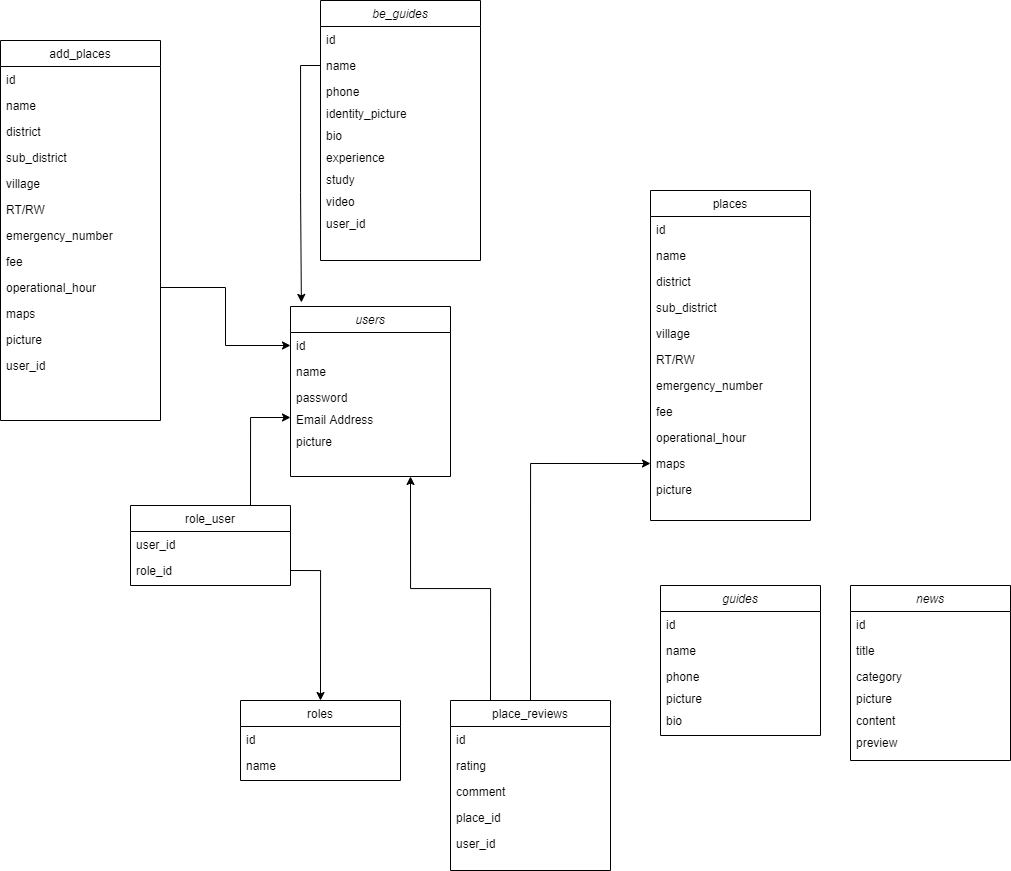
bayuprra/pariwisata-babel keeps this draw.io diagram as uml/classnew.drawio.png. Above is the earlier version. Source tidied: cells renumbered, new cells last; positions are measured from the earlier drawing's top-left corner, leaving out a move shared by most shapes.
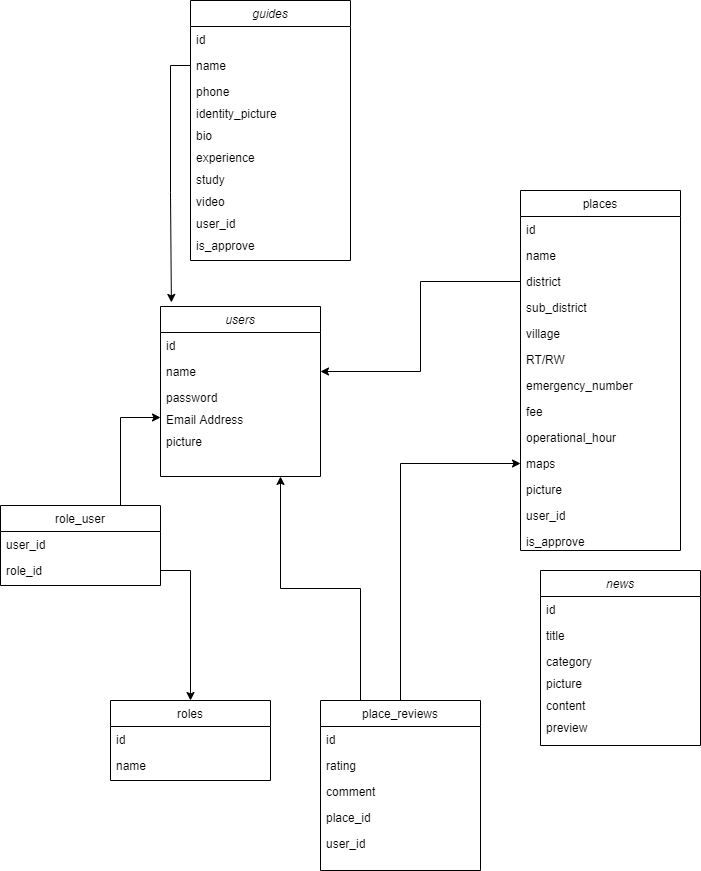
Above is the later version.

Commit message:
class diagram revisi

The edit, as a diff of the source:
```diff
@@ -54,7 +54,7 @@
       <mxGeometry y="130" width="160" height="26" as="geometry" />
     </mxCell>
     <mxCell id="19" value="places" style="swimlane;fontStyle=0;align=center;verticalAlign=top;horizontal=1;startSize=26;rounded=0;shadow=0;strokeWidth=1;" parent="1" vertex="1">
-      <mxGeometry x="650" y="190" width="160" height="330" as="geometry" />
+      <mxGeometry x="650" y="190" width="160" height="360" as="geometry" />
     </mxCell>
     <mxCell id="20" value="id" style="text;align=left;verticalAlign=top;spacingLeft=4;spacingRight=4;overflow=hidden;" parent="19" vertex="1">
       <mxGeometry y="26" width="160" height="26" as="geometry" />
@@ -89,6 +89,12 @@
     <mxCell id="30" value="picture" style="text;align=left;verticalAlign=top;spacingLeft=4;spacingRight=4;overflow=hidden;" parent="19" vertex="1">
       <mxGeometry y="286" width="160" height="26" as="geometry" />
     </mxCell>
+    <mxCell id="61" value="user_id" style="text;align=left;verticalAlign=top;spacingLeft=4;spacingRight=4;overflow=hidden;" parent="19" vertex="1">
+      <mxGeometry y="312" width="160" height="26" as="geometry" />
+    </mxCell>
+    <mxCell id="74" value="is_approve" style="text;align=left;verticalAlign=top;spacingLeft=4;spacingRight=4;overflow=hidden;rounded=0;shadow=0;html=0;" parent="19" vertex="1">
+      <mxGeometry y="338" width="160" height="22" as="geometry" />
+    </mxCell>
     <mxCell id="31" style="edgeStyle=orthogonalEdgeStyle;rounded=0;jettySize=auto;html=1;exitX=0.75;exitY=0;exitDx=0;exitDy=0;entryX=0;entryY=0.5;entryDx=0;entryDy=0;" parent="1" edge="1" source="32" target="6">
       <mxGeometry relative="1" as="geometry" />
     </mxCell>
@@ -102,7 +108,7 @@
       <mxGeometry y="52" width="160" height="26" as="geometry" />
     </mxCell>
     <mxCell id="35" value="news" style="swimlane;fontStyle=2;align=center;verticalAlign=top;horizontal=1;startSize=26;rounded=0;shadow=0;strokeWidth=1;" parent="1" vertex="1">
-      <mxGeometry x="850" y="585" width="160" height="175" as="geometry" />
+      <mxGeometry x="670" y="570" width="160" height="175" as="geometry" />
     </mxCell>
     <mxCell id="36" value="id" style="text;align=left;verticalAlign=top;spacingLeft=4;spacingRight=4;overflow=hidden;" parent="35" vertex="1">
       <mxGeometry y="26" width="160" height="26" as="geometry" />
@@ -122,67 +128,10 @@
     <mxCell id="41" value="preview" style="text;align=left;verticalAlign=top;spacingLeft=4;spacingRight=4;overflow=hidden;rounded=0;shadow=0;html=0;" parent="35" vertex="1">
       <mxGeometry y="144" width="160" height="22" as="geometry" />
     </mxCell>
-    <mxCell id="42" value="guides" style="swimlane;fontStyle=2;align=center;verticalAlign=top;horizontal=1;startSize=26;rounded=0;shadow=0;strokeWidth=1;" parent="1" vertex="1">
-      <mxGeometry x="660" y="585" width="160" height="150" as="geometry" />
-    </mxCell>
-    <mxCell id="43" value="id" style="text;align=left;verticalAlign=top;spacingLeft=4;spacingRight=4;overflow=hidden;" parent="42" vertex="1">
-      <mxGeometry y="26" width="160" height="26" as="geometry" />
-    </mxCell>
-    <mxCell id="44" value="name" style="text;align=left;verticalAlign=top;spacingLeft=4;spacingRight=4;overflow=hidden;rounded=0;shadow=0;html=0;" parent="42" vertex="1">
-      <mxGeometry y="52" width="160" height="26" as="geometry" />
-    </mxCell>
-    <mxCell id="45" value="phone" style="text;align=left;verticalAlign=top;spacingLeft=4;spacingRight=4;overflow=hidden;rounded=0;shadow=0;html=0;" parent="42" vertex="1">
-      <mxGeometry y="78" width="160" height="22" as="geometry" />
-    </mxCell>
-    <mxCell id="46" value="picture" style="text;align=left;verticalAlign=top;spacingLeft=4;spacingRight=4;overflow=hidden;rounded=0;shadow=0;html=0;" parent="42" vertex="1">
-      <mxGeometry y="100" width="160" height="22" as="geometry" />
-    </mxCell>
-    <mxCell id="47" value="bio" style="text;align=left;verticalAlign=top;spacingLeft=4;spacingRight=4;overflow=hidden;rounded=0;shadow=0;html=0;" parent="42" vertex="1">
-      <mxGeometry y="122" width="160" height="22" as="geometry" />
-    </mxCell>
     <mxCell id="48" style="edgeStyle=orthogonalEdgeStyle;rounded=0;jettySize=auto;html=1;exitX=1;exitY=0.5;exitDx=0;exitDy=0;entryX=0.5;entryY=0;entryDx=0;entryDy=0;" parent="1" edge="1" source="34" target="8">
       <mxGeometry relative="1" as="geometry" />
     </mxCell>
-    <mxCell id="49" value="add_places" style="swimlane;fontStyle=0;align=center;verticalAlign=top;horizontal=1;startSize=26;rounded=0;shadow=0;strokeWidth=1;" parent="1" vertex="1">
-      <mxGeometry y="40" width="160" height="380" as="geometry" />
-    </mxCell>
-    <mxCell id="50" value="id" style="text;align=left;verticalAlign=top;spacingLeft=4;spacingRight=4;overflow=hidden;" parent="49" vertex="1">
-      <mxGeometry y="26" width="160" height="26" as="geometry" />
-    </mxCell>
-    <mxCell id="51" value="name" style="text;align=left;verticalAlign=top;spacingLeft=4;spacingRight=4;overflow=hidden;rounded=0;shadow=0;html=0;" parent="49" vertex="1">
-      <mxGeometry y="52" width="160" height="26" as="geometry" />
-    </mxCell>
-    <mxCell id="52" value="district" style="text;align=left;verticalAlign=top;spacingLeft=4;spacingRight=4;overflow=hidden;rounded=0;shadow=0;html=0;" parent="49" vertex="1">
-      <mxGeometry y="78" width="160" height="26" as="geometry" />
-    </mxCell>
-    <mxCell id="53" value="sub_district" style="text;align=left;verticalAlign=top;spacingLeft=4;spacingRight=4;overflow=hidden;rounded=0;shadow=0;html=0;" parent="49" vertex="1">
-      <mxGeometry y="104" width="160" height="26" as="geometry" />
-    </mxCell>
-    <mxCell id="54" value="village" style="text;align=left;verticalAlign=top;spacingLeft=4;spacingRight=4;overflow=hidden;rounded=0;shadow=0;html=0;" parent="49" vertex="1">
-      <mxGeometry y="130" width="160" height="26" as="geometry" />
-    </mxCell>
-    <mxCell id="55" value="RT/RW" style="text;align=left;verticalAlign=top;spacingLeft=4;spacingRight=4;overflow=hidden;" parent="49" vertex="1">
-      <mxGeometry y="156" width="160" height="26" as="geometry" />
-    </mxCell>
-    <mxCell id="56" value="emergency_number" style="text;align=left;verticalAlign=top;spacingLeft=4;spacingRight=4;overflow=hidden;" parent="49" vertex="1">
-      <mxGeometry y="182" width="160" height="26" as="geometry" />
-    </mxCell>
-    <mxCell id="57" value="fee" style="text;align=left;verticalAlign=top;spacingLeft=4;spacingRight=4;overflow=hidden;" parent="49" vertex="1">
-      <mxGeometry y="208" width="160" height="26" as="geometry" />
-    </mxCell>
-    <mxCell id="58" value="operational_hour" style="text;align=left;verticalAlign=top;spacingLeft=4;spacingRight=4;overflow=hidden;points=[[0,0.5],[1,0.5]];portConstraint=eastwest;" parent="49" vertex="1">
-      <mxGeometry y="234" width="160" height="26" as="geometry" />
-    </mxCell>
-    <mxCell id="59" value="maps" style="text;align=left;verticalAlign=top;spacingLeft=4;spacingRight=4;overflow=hidden;" parent="49" vertex="1">
-      <mxGeometry y="260" width="160" height="26" as="geometry" />
-    </mxCell>
-    <mxCell id="60" value="picture" style="text;align=left;verticalAlign=top;spacingLeft=4;spacingRight=4;overflow=hidden;" parent="49" vertex="1">
-      <mxGeometry y="286" width="160" height="26" as="geometry" />
-    </mxCell>
-    <mxCell id="61" value="user_id" style="text;align=left;verticalAlign=top;spacingLeft=4;spacingRight=4;overflow=hidden;" parent="49" vertex="1">
-      <mxGeometry y="312" width="160" height="26" as="geometry" />
-    </mxCell>
-    <mxCell id="62" value="be_guides" style="swimlane;fontStyle=2;align=center;verticalAlign=top;horizontal=1;startSize=26;rounded=0;shadow=0;strokeWidth=1;" parent="1" vertex="1">
+    <mxCell id="62" value="guides" style="swimlane;fontStyle=2;align=center;verticalAlign=top;horizontal=1;startSize=26;rounded=0;shadow=0;strokeWidth=1;" parent="1" vertex="1">
       <mxGeometry x="320" width="160" height="260" as="geometry" />
     </mxCell>
     <mxCell id="63" value="id" style="text;align=left;verticalAlign=top;spacingLeft=4;spacingRight=4;overflow=hidden;" parent="62" vertex="1">
@@ -212,11 +161,14 @@
     <mxCell id="71" value="user_id" style="text;align=left;verticalAlign=top;spacingLeft=4;spacingRight=4;overflow=hidden;rounded=0;shadow=0;html=0;" parent="62" vertex="1">
       <mxGeometry y="210" width="160" height="22" as="geometry" />
     </mxCell>
+    <mxCell id="75" value="is_approve" style="text;align=left;verticalAlign=top;spacingLeft=4;spacingRight=4;overflow=hidden;rounded=0;shadow=0;html=0;" parent="62" vertex="1">
+      <mxGeometry y="232" width="160" height="22" as="geometry" />
+    </mxCell>
     <mxCell id="72" style="edgeStyle=orthogonalEdgeStyle;rounded=0;jettySize=auto;html=1;exitX=0;exitY=0.5;exitDx=0;exitDy=0;entryX=0.068;entryY=-0.024;entryDx=0;entryDy=0;entryPerimeter=0;" parent="1" edge="1" source="64" target="2">
       <mxGeometry relative="1" as="geometry" />
     </mxCell>
-    <mxCell id="73" style="edgeStyle=orthogonalEdgeStyle;rounded=0;jettySize=auto;html=1;exitX=1;exitY=0.5;exitDx=0;exitDy=0;entryX=0;entryY=0.5;entryDx=0;entryDy=0;" parent="1" edge="1" source="58" target="3">
-      <mxGeometry relative="1" as="geometry" />
-    </mxCell>
+    <mxCell id="76" style="edgeStyle=orthogonalEdgeStyle;rounded=0;jettySize=auto;html=1;exitX=0;exitY=0.5;exitDx=0;exitDy=0;entryX=1;entryY=0.5;entryDx=0;entryDy=0;" parent="1" edge="1" source="22" target="4">
+      <mxGeometry relative="1" as="geometry" />
+    </mxCell>
   </root>
 </mxGraphModel>
```
